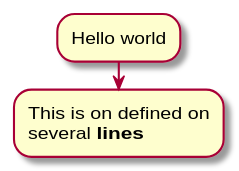
Above: example/sample-activity.svg in grassedge/generate-plantuml-action (PlantUML), before the change. Its diagram source:
```plantuml
@startuml
:Hello world;
:This is on defined on
several **lines**;
@enduml
```
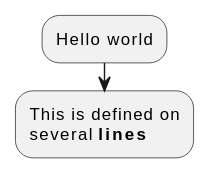
Above is the later version.

The edit, as a diff of the source:
```diff
@@ -1,5 +1,5 @@
 @startuml
 :Hello world;
-:This is on defined on
+:This is defined on
 several **lines**;
 @enduml
```
